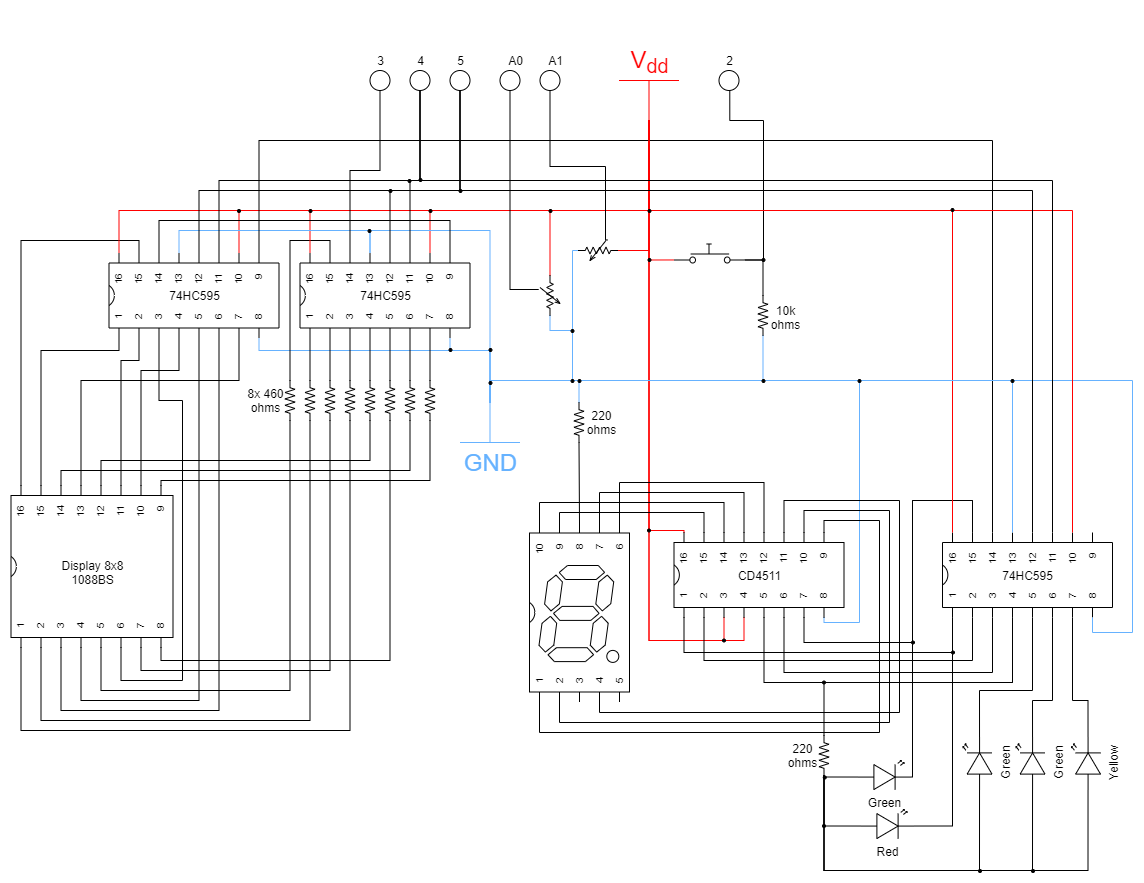
Above: doc/Electric_diagram.png in LDiegoM/ppGame8x8 (draw.io), before the change. Source tidied: cells renumbered, new cells last; positions are measured from the earlier drawing's top-left corner, leaving out a move shared by most shapes.
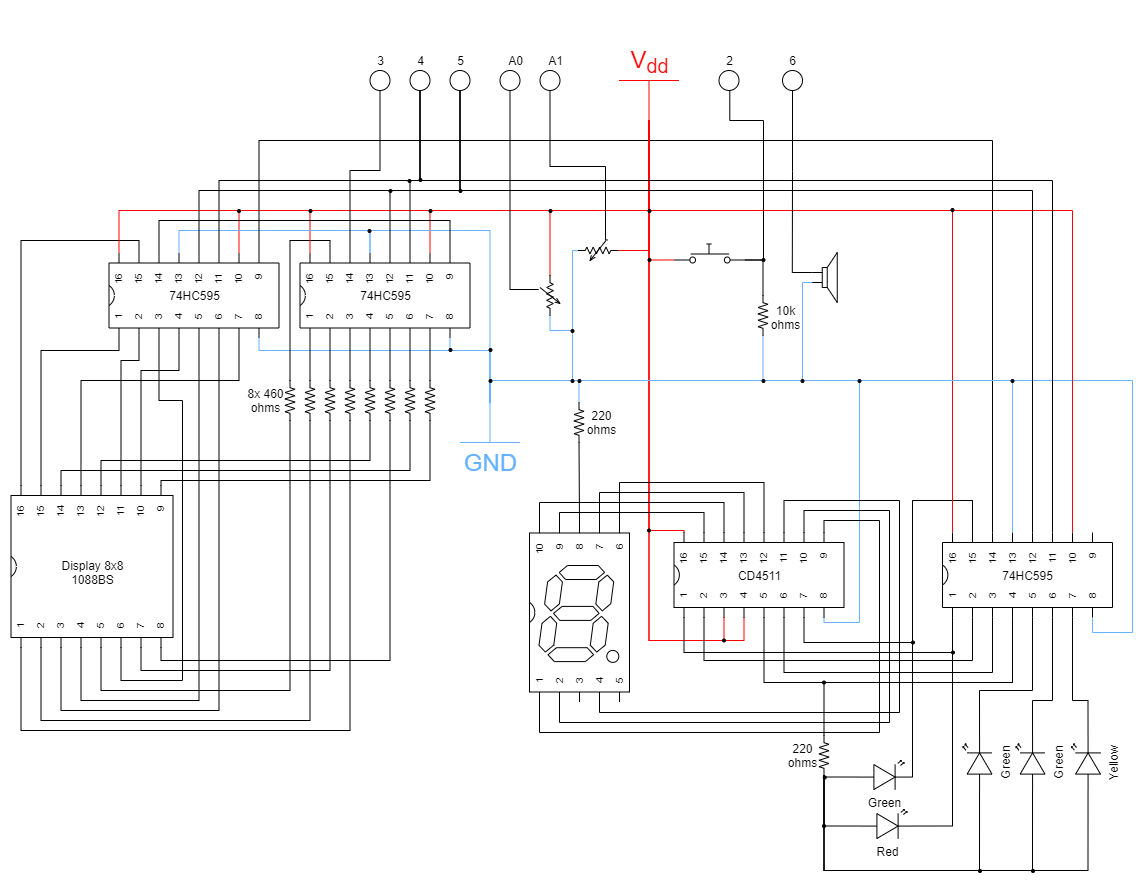
The same diagram one commit later.

Change to the diagram source:
```diff
@@ -2,6 +2,15 @@
   <root>
     <mxCell id="0" />
     <mxCell id="1" parent="0" />
+    <mxCell id="181" style="edgeStyle=orthogonalEdgeStyle;rounded=0;jettySize=auto;html=1;exitX=0.5;exitY=1;exitDx=0;exitDy=0;exitPerimeter=0;endArrow=none;endFill=0;entryX=0;entryY=0.6;entryDx=0;entryDy=0;entryPerimeter=0;strokeColor=#66B2FF;" parent="1" edge="1" source="22" target="182">
+      <mxGeometry relative="1" as="geometry">
+        <Array as="points">
+          <mxPoint x="480" y="370" />
+          <mxPoint x="792" y="370" />
+          <mxPoint x="792" y="272" />
+        </Array>
+      </mxGeometry>
+    </mxCell>
     <mxCell id="2" style="group;" parent="1" vertex="1">
       <mxGeometry x="289.5" y="242.5" width="170" height="85" as="geometry" />
     </mxCell>
@@ -774,6 +783,14 @@
         </Array>
       </mxGeometry>
     </mxCell>
+    <mxCell id="138" style="edgeStyle=orthogonalEdgeStyle;rounded=0;jettySize=auto;html=1;exitX=1;exitY=0;exitDx=0;exitDy=70;exitPerimeter=0;endArrow=none;endFill=0;entryX=0.5;entryY=1;entryDx=0;entryDy=0;entryPerimeter=0;strokeColor=#66B2FF;" parent="1" edge="1" source="130" target="22">
+      <mxGeometry relative="1" as="geometry">
+        <Array as="points">
+          <mxPoint x="1002" y="370" />
+          <mxPoint x="479" y="370" />
+        </Array>
+      </mxGeometry>
+    </mxCell>
     <mxCell id="137" style="edgeStyle=orthogonalEdgeStyle;rounded=0;jettySize=auto;html=1;exitX=1;exitY=0;exitDx=0;exitDy=90;exitPerimeter=0;endArrow=none;endFill=0;entryX=0.5;entryY=1;entryDx=0;entryDy=0;" parent="1" edge="1" source="130" target="62">
       <mxGeometry relative="1" as="geometry">
         <Array as="points">
@@ -782,14 +799,6 @@
         </Array>
       </mxGeometry>
     </mxCell>
-    <mxCell id="138" style="edgeStyle=orthogonalEdgeStyle;rounded=0;jettySize=auto;html=1;exitX=1;exitY=0;exitDx=0;exitDy=70;exitPerimeter=0;endArrow=none;endFill=0;entryX=0.5;entryY=1;entryDx=0;entryDy=0;entryPerimeter=0;strokeColor=#66B2FF;" parent="1" edge="1" source="130" target="22">
-      <mxGeometry relative="1" as="geometry">
-        <Array as="points">
-          <mxPoint x="1002" y="370" />
-          <mxPoint x="479" y="370" />
-        </Array>
-      </mxGeometry>
-    </mxCell>
     <mxCell id="139" style="edgeStyle=orthogonalEdgeStyle;rounded=0;jettySize=auto;html=1;exitX=0;exitY=0;exitDx=0;exitDy=70;exitPerimeter=0;entryX=0;entryY=0.5;entryDx=0;entryDy=0;entryPerimeter=0;endArrow=none;endFill=0;" parent="1" edge="1" source="130" target="119">
       <mxGeometry relative="1" as="geometry">
         <Array as="points">
@@ -799,7 +808,7 @@
       </mxGeometry>
     </mxCell>
     <mxCell id="140" style="ellipse;whiteSpace=wrap;html=1;fillColor=#000000;" parent="1" vertex="1">
-      <mxGeometry x="478.5" y="371" width="3" height="3" as="geometry" />
+      <mxGeometry x="478.5" y="369" width="3" height="3" as="geometry" />
     </mxCell>
     <mxCell id="141" style="ellipse;whiteSpace=wrap;html=1;fillColor=#000000;" parent="1" vertex="1">
       <mxGeometry x="478.5" y="338" width="3" height="3" as="geometry" />
@@ -936,5 +945,29 @@
     <mxCell id="180" value="220&lt;br&gt;ohms" style="text;html=1;align=center;verticalAlign=middle;strokeColor=none;fillColor=none;" parent="1" vertex="1">
       <mxGeometry x="570.5" y="397" width="40" height="30" as="geometry" />
     </mxCell>
+    <mxCell id="182" style="verticalLabelPosition=bottom;shadow=0;dashed=0;align=center;html=1;verticalAlign=top;shape=mxgraph.electrical.electro-mechanical.loudspeaker;" parent="1" vertex="1">
+      <mxGeometry x="801.8" y="242" width="25" height="50" as="geometry" />
+    </mxCell>
+    <mxCell id="183" style="group;" parent="1" vertex="1">
+      <mxGeometry x="772" y="40" width="25" height="40" as="geometry" />
+    </mxCell>
+    <mxCell id="184" style="group;" parent="183" vertex="1">
+      <mxGeometry width="25" height="40" as="geometry" />
+    </mxCell>
+    <mxCell id="185" style="group;" parent="184" vertex="1">
+      <mxGeometry width="25" height="40" as="geometry" />
+    </mxCell>
+    <mxCell id="186" style="verticalLabelPosition=bottom;shadow=0;dashed=0;align=center;html=1;verticalAlign=top;strokeWidth=1;shape=ellipse;perimeter=ellipsePerimeter;labelBackgroundColor=none;" parent="185" vertex="1">
+      <mxGeometry y="20" width="20" height="20" as="geometry" />
+    </mxCell>
+    <mxCell id="187" value="6" style="text;html=1;align=center;verticalAlign=middle;strokeColor=none;fillColor=none;" parent="185" vertex="1">
+      <mxGeometry width="20" height="20" as="geometry" />
+    </mxCell>
+    <mxCell id="188" style="edgeStyle=orthogonalEdgeStyle;rounded=0;jettySize=auto;html=1;exitX=0.5;exitY=1;exitDx=0;exitDy=0;entryX=0;entryY=0.4;entryDx=0;entryDy=0;entryPerimeter=0;endArrow=none;endFill=0;" parent="1" edge="1" source="186" target="182">
+      <mxGeometry relative="1" as="geometry" />
+    </mxCell>
+    <mxCell id="189" style="ellipse;whiteSpace=wrap;html=1;fillColor=#000000;" parent="1" vertex="1">
+      <mxGeometry x="790.5" y="369" width="3" height="3" as="geometry" />
+    </mxCell>
   </root>
 </mxGraphModel>
```
